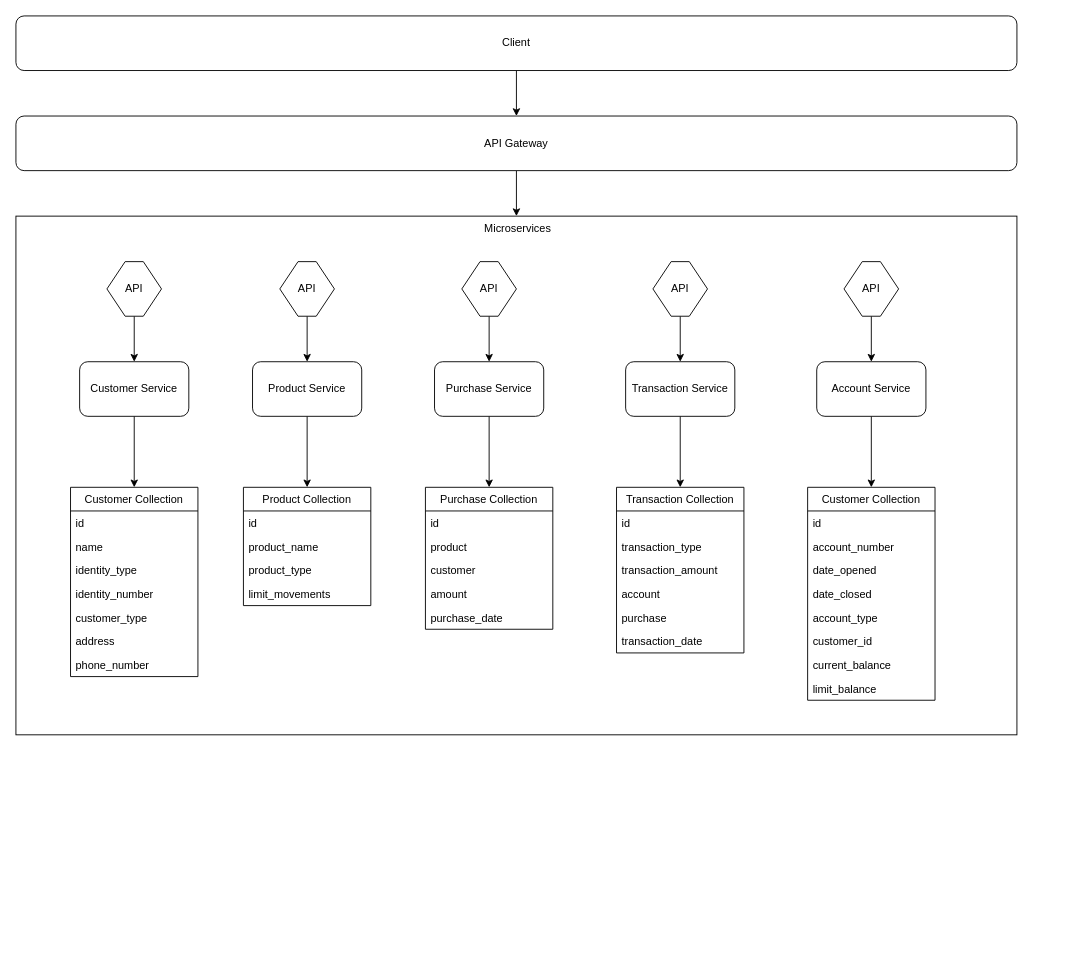
Above: proyecto-1.drawio in marco-cabrejos/everis-entregable-1 (draw.io), before the change. Source tidied: cells renumbered, new cells numbered last; positions are measured from the earlier drawing's top-left corner, leaving out a move shared by most shapes. Both pictures are drawn from the tidied source at 91%, with x=0, y=0 at pixel (15, 15).
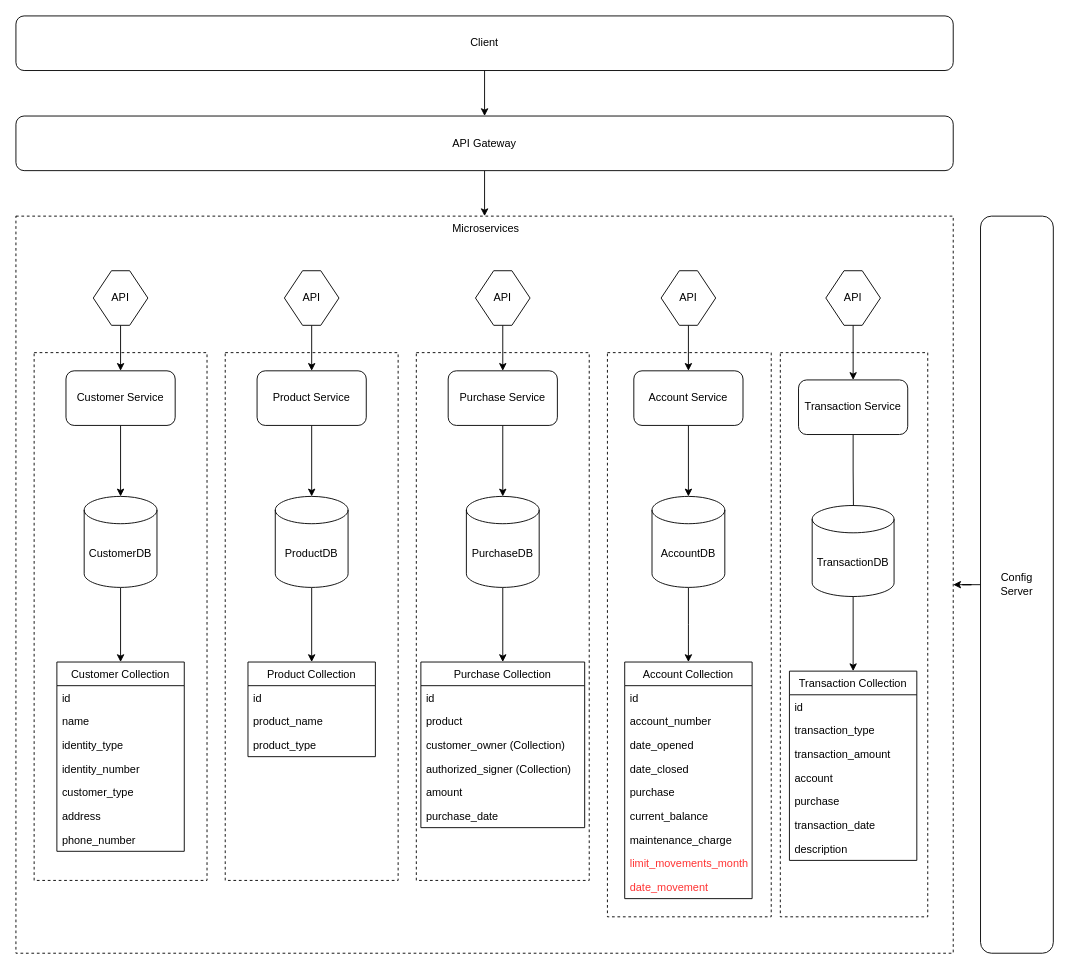
The same page after the edit.

Commit message:
actualización diagrama

Change to the diagram source:
```diff
@@
+    <mxCell id="6" value="&amp;nbsp;Microservices" style="rounded=0;whiteSpace=wrap;html=1;align=center;verticalAlign=top;dashed=1;" parent="1" vertex="1">
+      <mxGeometry y="220" width="1030" height="810" as="geometry" />
+    </mxCell>
+    <mxCell id="62" style="rounded=0;whiteSpace=wrap;html=1;dashed=1;fontColor=#000000;align=center;verticalAlign=middle;" parent="1" vertex="1">
+      <mxGeometry x="840" y="370" width="162" height="620" as="geometry" />
+    </mxCell>
+    <mxCell id="63" style="rounded=0;whiteSpace=wrap;html=1;dashed=1;fontColor=#000000;align=center;verticalAlign=middle;" parent="1" vertex="1">
+      <mxGeometry x="650" y="370" width="180" height="620" as="geometry" />
+    </mxCell>
+    <mxCell id="64" style="rounded=0;whiteSpace=wrap;html=1;dashed=1;fontColor=#000000;align=center;verticalAlign=middle;" parent="1" vertex="1">
+      <mxGeometry x="440" y="370" width="190" height="580" as="geometry" />
+    </mxCell>
+    <mxCell id="65" style="rounded=0;whiteSpace=wrap;html=1;dashed=1;fontColor=#000000;align=center;verticalAlign=middle;" parent="1" vertex="1">
+      <mxGeometry x="230" y="370" width="190" height="580" as="geometry" />
+    </mxCell>
+    <mxCell id="66" style="rounded=0;whiteSpace=wrap;html=1;dashed=1;fontColor=#000000;align=center;verticalAlign=middle;" parent="1" vertex="1">
+      <mxGeometry x="20" y="370" width="190" height="580" as="geometry" />
+    </mxCell>
@@
     <mxCell id="3" value="Client&lt;br&gt;" style="rounded=1;whiteSpace=wrap;html=1;" parent="1" vertex="1">
-      <mxGeometry width="1100" height="60" as="geometry" />
+      <mxGeometry width="1030" height="60" as="geometry" />
     </mxCell>
@@
     <mxCell id="5" value="API Gateway" style="rounded=1;whiteSpace=wrap;html=1;" parent="1" vertex="1">
-      <mxGeometry y="110" width="1100" height="60" as="geometry" />
+      <mxGeometry y="110" width="1030" height="60" as="geometry" />
     </mxCell>
-    <mxCell id="6" value="&amp;nbsp;Microservices" style="rounded=0;whiteSpace=wrap;html=1;align=center;verticalAlign=top;" parent="1" vertex="1">
-      <mxGeometry y="220" width="1100" height="570" as="geometry" />
-    </mxCell>
-    <mxCell id="7" style="edgeStyle=orthogonalEdgeStyle;rounded=0;jettySize=auto;html=1;" parent="1" edge="1" source="8" target="15">
+    <mxCell id="7" style="edgeStyle=orthogonalEdgeStyle;rounded=0;jettySize=auto;html=1;" parent="1" edge="1" source="8" target="77">
       <mxGeometry relative="1" as="geometry" />
     </mxCell>
     <mxCell id="8" value="Customer Service" style="rounded=1;whiteSpace=wrap;html=1;align=center;verticalAlign=middle;" parent="1" vertex="1">
-      <mxGeometry x="70" y="380" width="120" height="60" as="geometry" />
+      <mxGeometry x="55" y="390" width="120" height="60" as="geometry" />
     </mxCell>
-    <mxCell id="9" style="edgeStyle=orthogonalEdgeStyle;rounded=0;jettySize=auto;html=1;entryX=0.5;entryY=0;entryDx=0;entryDy=0;" parent="1" edge="1" source="10" target="28">
-      <mxGeometry relative="1" as="geometry" />
-    </mxCell>
+    <mxCell id="67" style="edgeStyle=orthogonalEdgeStyle;rounded=0;jettySize=auto;html=1;entryX=0.506;entryY=0.256;entryDx=0;entryDy=0;entryPerimeter=0;fontColor=#FF3333;" parent="1" edge="1" source="10" target="85">
+      <mxGeometry relative="1" as="geometry" />
+    </mxCell>
     <mxCell id="10" value="Transaction Service" style="rounded=1;whiteSpace=wrap;html=1;align=center;verticalAlign=middle;" parent="1" vertex="1">
-      <mxGeometry x="670" y="380" width="120" height="60" as="geometry" />
+      <mxGeometry x="860" y="400" width="120" height="60" as="geometry" />
     </mxCell>
-    <mxCell id="11" style="edgeStyle=orthogonalEdgeStyle;rounded=0;jettySize=auto;html=1;" parent="1" edge="1" source="12" target="23">
-      <mxGeometry relative="1" as="geometry" />
-    </mxCell>
+    <mxCell id="68" style="edgeStyle=orthogonalEdgeStyle;rounded=0;jettySize=auto;html=1;exitX=0.5;exitY=1;exitDx=0;exitDy=0;fontColor=#FF3333;" parent="1" edge="1" source="12" target="79">
+      <mxGeometry relative="1" as="geometry" />
+    </mxCell>
     <mxCell id="12" value="Product Service" style="rounded=1;whiteSpace=wrap;html=1;align=center;verticalAlign=middle;" parent="1" vertex="1">
-      <mxGeometry x="260" y="380" width="120" height="60" as="geometry" />
+      <mxGeometry x="265" y="390" width="120" height="60" as="geometry" />
     </mxCell>
-    <mxCell id="13" style="edgeStyle=orthogonalEdgeStyle;rounded=0;jettySize=auto;html=1;exitX=0.5;exitY=1;exitDx=0;exitDy=0;entryX=0.5;entryY=0;entryDx=0;entryDy=0;" parent="1" edge="1" source="14" target="35">
-      <mxGeometry relative="1" as="geometry" />
-    </mxCell>
+    <mxCell id="69" style="edgeStyle=orthogonalEdgeStyle;rounded=0;jettySize=auto;html=1;fontColor=#FF3333;" parent="1" edge="1" source="14" target="83">
+      <mxGeometry relative="1" as="geometry" />
+    </mxCell>
     <mxCell id="14" value="Account Service" style="rounded=1;whiteSpace=wrap;html=1;align=center;verticalAlign=middle;" parent="1" vertex="1">
-      <mxGeometry x="880" y="380" width="120" height="60" as="geometry" />
+      <mxGeometry x="679" y="390" width="120" height="60" as="geometry" />
     </mxCell>
     <mxCell id="15" value="Customer Collection" style="swimlane;fontStyle=0;horizontal=1;startSize=26;align=center;verticalAlign=middle;" parent="1" vertex="1">
-      <mxGeometry x="60" y="518" width="140" height="208" as="geometry" />
+      <mxGeometry x="45" y="710" width="140" height="208" as="geometry" />
     </mxCell>
@@
     <mxCell id="23" value="Product Collection" style="swimlane;fontStyle=0;horizontal=1;startSize=26;align=center;verticalAlign=middle;" parent="1" vertex="1">
-      <mxGeometry x="250" y="518" width="140" height="130" as="geometry" />
+      <mxGeometry x="255" y="710" width="140" height="104" as="geometry" />
     </mxCell>
@@
-    <mxCell id="27" value="limit_movements" style="text;strokeColor=none;fillColor=none;align=left;verticalAlign=top;spacingLeft=4;spacingRight=4;overflow=hidden;" parent="23" vertex="1">
-      <mxGeometry y="104" width="140" height="26" as="geometry" />
-    </mxCell>
     <mxCell id="28" value="Transaction Collection" style="swimlane;fontStyle=0;horizontal=1;startSize=26;align=center;verticalAlign=middle;" parent="1" vertex="1">
-      <mxGeometry x="660" y="518" width="140" height="182" as="geometry" />
+      <mxGeometry x="850" y="720" width="140" height="208" as="geometry" />
     </mxCell>
@@
+    <mxCell id="70" value="description" style="text;strokeColor=none;fillColor=none;align=left;verticalAlign=top;spacingLeft=4;spacingRight=4;overflow=hidden;" parent="28" vertex="1">
+      <mxGeometry y="182" width="140" height="26" as="geometry" />
+    </mxCell>
-    <mxCell id="35" value="Customer Collection" style="swimlane;fontStyle=0;horizontal=1;startSize=26;align=center;verticalAlign=middle;" parent="1" vertex="1">
-      <mxGeometry x="870" y="518" width="140" height="234" as="geometry" />
+    <mxCell id="35" value="Account Collection" style="swimlane;fontStyle=0;horizontal=1;startSize=26;align=center;verticalAlign=middle;" parent="1" vertex="1">
+      <mxGeometry x="669" y="710" width="140" height="260" as="geometry" />
     </mxCell>
@@
-    <mxCell id="40" value="account_type" style="text;strokeColor=none;fillColor=none;align=left;verticalAlign=top;spacingLeft=4;spacingRight=4;overflow=hidden;" parent="35" vertex="1">
-      <mxGeometry y="130" width="140" height="26" as="geometry" />
-    </mxCell>
-    <mxCell id="41" value="customer_id" style="text;strokeColor=none;fillColor=none;align=left;verticalAlign=top;spacingLeft=4;spacingRight=4;overflow=hidden;" parent="35" vertex="1">
-      <mxGeometry y="156" width="140" height="26" as="geometry" />
+    <mxCell id="41" value="purchase" style="text;strokeColor=none;fillColor=none;align=left;verticalAlign=top;spacingLeft=4;spacingRight=4;overflow=hidden;" parent="35" vertex="1">
+      <mxGeometry y="130" width="140" height="26" as="geometry" />
     </mxCell>
     <mxCell id="42" value="current_balance" style="text;strokeColor=none;fillColor=none;align=left;verticalAlign=top;spacingLeft=4;spacingRight=4;overflow=hidden;" parent="35" vertex="1">
-      <mxGeometry y="182" width="140" height="26" as="geometry" />
+      <mxGeometry y="156" width="140" height="26" as="geometry" />
     </mxCell>
-    <mxCell id="43" value="limit_balance" style="text;strokeColor=none;fillColor=none;align=left;verticalAlign=top;spacingLeft=4;spacingRight=4;overflow=hidden;" parent="35" vertex="1">
-      <mxGeometry y="208" width="140" height="26" as="geometry" />
-    </mxCell>
-    <mxCell id="44" style="edgeStyle=orthogonalEdgeStyle;rounded=0;jettySize=auto;html=1;entryX=0.5;entryY=0;entryDx=0;entryDy=0;" parent="1" edge="1" source="45" target="46">
-      <mxGeometry relative="1" as="geometry" />
-    </mxCell>
+    <mxCell id="71" value="maintenance_charge" style="text;strokeColor=none;fillColor=none;align=left;verticalAlign=top;spacingLeft=4;spacingRight=4;overflow=hidden;" parent="35" vertex="1">
+      <mxGeometry y="182" width="140" height="26" as="geometry" />
+    </mxCell>
+    <mxCell id="72" value="limit_movements_month" style="text;strokeColor=none;fillColor=none;align=left;verticalAlign=top;spacingLeft=4;spacingRight=4;overflow=hidden;fontColor=#FF3333;" parent="35" vertex="1">
+      <mxGeometry y="208" width="140" height="26" as="geometry" />
+    </mxCell>
+    <mxCell id="73" value="date_movement" style="text;strokeColor=none;fillColor=none;align=left;verticalAlign=top;spacingLeft=4;spacingRight=4;overflow=hidden;fontColor=#FF3333;" parent="35" vertex="1">
+      <mxGeometry y="234" width="140" height="26" as="geometry" />
+    </mxCell>
+    <mxCell id="74" style="edgeStyle=orthogonalEdgeStyle;rounded=0;jettySize=auto;html=1;fontColor=#FF3333;" parent="1" edge="1" source="45" target="81">
+      <mxGeometry relative="1" as="geometry" />
+    </mxCell>
     <mxCell id="45" value="Purchase Service" style="rounded=1;whiteSpace=wrap;html=1;align=center;verticalAlign=middle;" parent="1" vertex="1">
-      <mxGeometry x="460" y="380" width="120" height="60" as="geometry" />
+      <mxGeometry x="475" y="390" width="120" height="60" as="geometry" />
     </mxCell>
     <mxCell id="46" value="Purchase Collection" style="swimlane;fontStyle=0;horizontal=1;startSize=26;align=center;verticalAlign=middle;" parent="1" vertex="1">
-      <mxGeometry x="450" y="518" width="140" height="156" as="geometry" />
+      <mxGeometry x="445" y="710" width="180" height="182" as="geometry" />
     </mxCell>
     <mxCell id="47" value="id" style="text;strokeColor=none;fillColor=none;align=left;verticalAlign=top;spacingLeft=4;spacingRight=4;overflow=hidden;" parent="46" vertex="1">
-      <mxGeometry y="26" width="140" height="26" as="geometry" />
+      <mxGeometry y="26" width="180" height="26" as="geometry" />
     </mxCell>
     <mxCell id="48" value="product" style="text;strokeColor=none;fillColor=none;align=left;verticalAlign=top;spacingLeft=4;spacingRight=4;overflow=hidden;" parent="46" vertex="1">
-      <mxGeometry y="52" width="140" height="26" as="geometry" />
+      <mxGeometry y="52" width="180" height="26" as="geometry" />
     </mxCell>
-    <mxCell id="49" value="customer" style="text;strokeColor=none;fillColor=none;align=left;verticalAlign=top;spacingLeft=4;spacingRight=4;overflow=hidden;" parent="46" vertex="1">
-      <mxGeometry y="78" width="140" height="26" as="geometry" />
+    <mxCell id="49" value="customer_owner (Collection)" style="text;strokeColor=none;fillColor=none;align=left;verticalAlign=top;spacingLeft=4;spacingRight=4;overflow=hidden;" parent="46" vertex="1">
+      <mxGeometry y="78" width="180" height="26" as="geometry" />
     </mxCell>
+    <mxCell id="75" value="authorized_signer (Collection)" style="text;strokeColor=none;fillColor=none;align=left;verticalAlign=top;spacingLeft=4;spacingRight=4;overflow=hidden;" parent="46" vertex="1">
+      <mxGeometry y="104" width="180" height="26" as="geometry" />
+    </mxCell>
     <mxCell id="50" value="amount" style="text;strokeColor=none;fillColor=none;align=left;verticalAlign=top;spacingLeft=4;spacingRight=4;overflow=hidden;" parent="46" vertex="1">
-      <mxGeometry y="104" width="140" height="26" as="geometry" />
+      <mxGeometry y="130" width="180" height="26" as="geometry" />
     </mxCell>
     <mxCell id="51" value="purchase_date" style="text;strokeColor=none;fillColor=none;align=left;verticalAlign=top;spacingLeft=4;spacingRight=4;overflow=hidden;" parent="46" vertex="1">
-      <mxGeometry y="130" width="140" height="26" as="geometry" />
+      <mxGeometry y="156" width="180" height="26" as="geometry" />
     </mxCell>
@@
     <mxCell id="53" value="API" style="shape=hexagon;perimeter=hexagonPerimeter2;whiteSpace=wrap;html=1;fixedSize=1;align=center;verticalAlign=middle;" parent="1" vertex="1">
-      <mxGeometry x="100" y="270" width="60" height="60" as="geometry" />
+      <mxGeometry x="85" y="280" width="60" height="60" as="geometry" />
     </mxCell>
@@
     <mxCell id="55" value="API" style="shape=hexagon;perimeter=hexagonPerimeter2;whiteSpace=wrap;html=1;fixedSize=1;align=center;verticalAlign=middle;" parent="1" vertex="1">
-      <mxGeometry x="290" y="270" width="60" height="60" as="geometry" />
+      <mxGeometry x="295" y="280" width="60" height="60" as="geometry" />
     </mxCell>
@@
     <mxCell id="57" value="API" style="shape=hexagon;perimeter=hexagonPerimeter2;whiteSpace=wrap;html=1;fixedSize=1;align=center;verticalAlign=middle;" parent="1" vertex="1">
-      <mxGeometry x="490" y="270" width="60" height="60" as="geometry" />
+      <mxGeometry x="505" y="280" width="60" height="60" as="geometry" />
     </mxCell>
@@
     <mxCell id="59" value="API" style="shape=hexagon;perimeter=hexagonPerimeter2;whiteSpace=wrap;html=1;fixedSize=1;align=center;verticalAlign=middle;" parent="1" vertex="1">
-      <mxGeometry x="700" y="270" width="60" height="60" as="geometry" />
+      <mxGeometry x="890" y="280" width="60" height="60" as="geometry" />
     </mxCell>
@@
     <mxCell id="61" value="API" style="shape=hexagon;perimeter=hexagonPerimeter2;whiteSpace=wrap;html=1;fixedSize=1;align=center;verticalAlign=middle;" parent="1" vertex="1">
-      <mxGeometry x="910" y="270" width="60" height="60" as="geometry" />
+      <mxGeometry x="709" y="280" width="60" height="60" as="geometry" />
     </mxCell>
+    <mxCell id="76" style="edgeStyle=orthogonalEdgeStyle;rounded=0;jettySize=auto;html=1;" parent="1" edge="1" source="77" target="15">
+      <mxGeometry relative="1" as="geometry" />
+    </mxCell>
+    <mxCell id="77" value="CustomerDB" style="shape=cylinder3;whiteSpace=wrap;html=1;boundedLbl=1;backgroundOutline=1;size=15;align=center;verticalAlign=middle;" parent="1" vertex="1">
+      <mxGeometry x="75" y="528" width="80" height="100" as="geometry" />
+    </mxCell>
+    <mxCell id="78" style="edgeStyle=orthogonalEdgeStyle;rounded=0;jettySize=auto;html=1;entryX=0.5;entryY=0;entryDx=0;entryDy=0;fontColor=#FF3333;" parent="1" edge="1" source="79" target="23">
+      <mxGeometry relative="1" as="geometry" />
+    </mxCell>
+    <mxCell id="79" value="ProductDB" style="shape=cylinder3;whiteSpace=wrap;html=1;boundedLbl=1;backgroundOutline=1;size=15;align=center;verticalAlign=middle;" parent="1" vertex="1">
+      <mxGeometry x="285" y="528" width="80" height="100" as="geometry" />
+    </mxCell>
+    <mxCell id="80" style="edgeStyle=orthogonalEdgeStyle;rounded=0;jettySize=auto;html=1;entryX=0.5;entryY=0;entryDx=0;entryDy=0;fontColor=#FF3333;" parent="1" edge="1" source="81" target="46">
+      <mxGeometry relative="1" as="geometry" />
+    </mxCell>
+    <mxCell id="81" value="PurchaseDB" style="shape=cylinder3;whiteSpace=wrap;html=1;boundedLbl=1;backgroundOutline=1;size=15;align=center;verticalAlign=middle;" parent="1" vertex="1">
+      <mxGeometry x="495" y="528" width="80" height="100" as="geometry" />
+    </mxCell>
+    <mxCell id="82" style="edgeStyle=orthogonalEdgeStyle;rounded=0;jettySize=auto;html=1;fontColor=#FF3333;" parent="1" edge="1" source="83">
+      <mxGeometry relative="1" as="geometry">
+        <mxPoint x="739" y="710" as="targetPoint" />
+      </mxGeometry>
+    </mxCell>
+    <mxCell id="83" value="AccountDB" style="shape=cylinder3;whiteSpace=wrap;html=1;boundedLbl=1;backgroundOutline=1;size=15;align=center;verticalAlign=middle;" parent="1" vertex="1">
+      <mxGeometry x="699" y="528" width="80" height="100" as="geometry" />
+    </mxCell>
+    <mxCell id="84" style="edgeStyle=orthogonalEdgeStyle;rounded=0;jettySize=auto;html=1;fontColor=#FF3333;" parent="1" edge="1" source="85" target="28">
+      <mxGeometry relative="1" as="geometry" />
+    </mxCell>
+    <mxCell id="85" value="TransactionDB" style="shape=cylinder3;whiteSpace=wrap;html=1;boundedLbl=1;backgroundOutline=1;size=15;align=center;verticalAlign=middle;" parent="1" vertex="1">
+      <mxGeometry x="875" y="538" width="90" height="100" as="geometry" />
+    </mxCell>
+    <mxCell id="86" style="edgeStyle=orthogonalEdgeStyle;rounded=0;jettySize=auto;html=1;entryX=1;entryY=0.5;entryDx=0;entryDy=0;fontColor=#FF3333;" parent="1" edge="1" source="87" target="6">
+      <mxGeometry relative="1" as="geometry" />
+    </mxCell>
+    <mxCell id="87" value="Config&lt;br&gt;Server" style="rounded=1;whiteSpace=wrap;html=1;align=center;verticalAlign=middle;" parent="1" vertex="1">
+      <mxGeometry x="1060" y="220" width="80" height="810" as="geometry" />
+    </mxCell>
```
